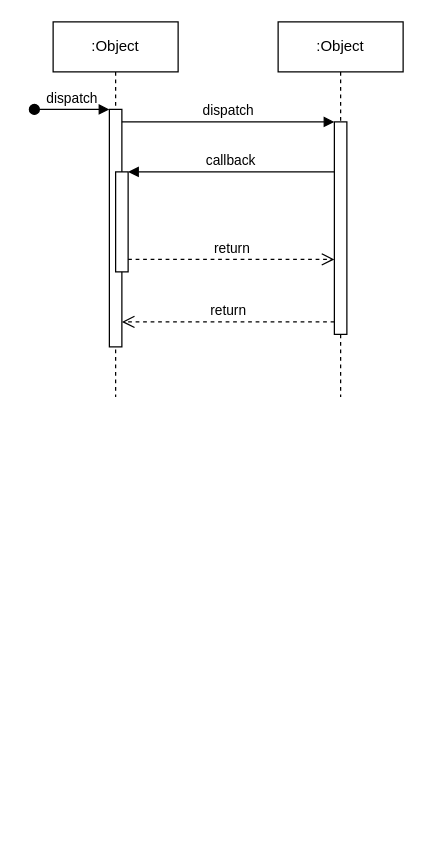
The draw.io diagram gpms.drawio in GreatArchimage/draw-io-diagrams, before the edit. Source tidied: cells renumbered, new cells numbered last; positions are measured from the earlier drawing's top-left corner, leaving out a move shared by most shapes. Both pictures are drawn from the tidied source at 125%, with x=0, y=0 at pixel (34, 21).
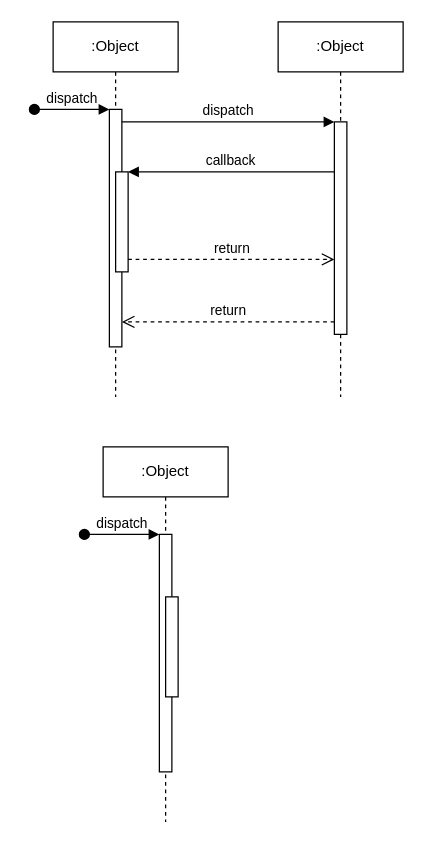
Above is the later version.

Diff of the diagram source:
```diff
@@
+    <mxCell id="12" value=":Object" style="shape=umlLifeline;perimeter=lifelinePerimeter;whiteSpace=wrap;html=1;newEdgeStyle={&quot;edgeStyle&quot;:&quot;elbowEdgeStyle&quot;,&quot;elbow&quot;:&quot;vertical&quot;,&quot;curved&quot;:0,&quot;rounded&quot;:0};" parent="1" vertex="1">
+      <mxGeometry x="55" y="340" width="100" height="300" as="geometry" />
+    </mxCell>
+    <mxCell id="13" style="html=1;points=[];perimeter=orthogonalPerimeter;outlineConnect=0;targetShapes=umlLifeline;portConstraint=eastwest;newEdgeStyle={&quot;edgeStyle&quot;:&quot;elbowEdgeStyle&quot;,&quot;elbow&quot;:&quot;vertical&quot;,&quot;curved&quot;:0,&quot;rounded&quot;:0};" parent="12" vertex="1">
+      <mxGeometry x="45" y="70" width="10" height="190" as="geometry" />
+    </mxCell>
+    <mxCell id="14" value="dispatch" style="html=1;verticalAlign=bottom;startArrow=oval;endArrow=block;startSize=8;edgeStyle=elbowEdgeStyle;elbow=vertical;curved=0;rounded=0;" parent="12" edge="1" target="13">
+      <mxGeometry relative="1" as="geometry">
+        <mxPoint x="-15" y="70" as="sourcePoint" />
+      </mxGeometry>
+    </mxCell>
+    <mxCell id="15" style="html=1;perimeter=orthogonalPerimeter;targetShapes=umlLifeline;newEdgeStyle={&quot;edgeStyle&quot;:&quot;elbowEdgeStyle&quot;,&quot;elbow&quot;:&quot;vertical&quot;,&quot;curved&quot;:0,&quot;rounded&quot;:0};" parent="12" vertex="1">
+      <mxGeometry x="50" y="120" width="10" height="80" as="geometry" />
+    </mxCell>
```
